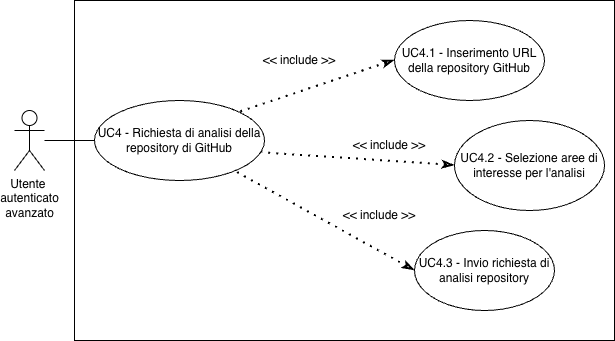
This is assets/diagrams/UC4.png from SkarabGroup/DocumentazioneProgetto, a draw.io export, as it was before one commit. Source tidied: cells renumbered, new cells last; positions are measured from the earlier drawing's top-left corner, leaving out a move shared by most shapes. The source it was exported from:
```xml
<mxGraphModel>
  <root>
    <mxCell id="0" />
    <mxCell id="1" parent="0" />
    <mxCell id="2" style="rounded=0;whiteSpace=wrap;html=1;" parent="1" vertex="1">
      <mxGeometry x="60" width="540" height="340" as="geometry" />
    </mxCell>
    <mxCell id="3" value="Utente&amp;nbsp;&lt;div&gt;autenticato&lt;/div&gt;&lt;div&gt;avanzato&lt;/div&gt;" style="shape=umlActor;verticalLabelPosition=bottom;verticalAlign=top;html=1;outlineConnect=0;" parent="1" vertex="1">
      <mxGeometry y="110" width="30" height="60" as="geometry" />
    </mxCell>
    <mxCell id="4" value="UC4 - Richiesta di analisi della repository di GitHub" style="ellipse;whiteSpace=wrap;html=1;" parent="1" vertex="1">
      <mxGeometry x="80" y="100" width="170" height="80" as="geometry" />
    </mxCell>
    <mxCell id="5" value="UC4.1 - Inserimento URL della repository GitHub" style="ellipse;whiteSpace=wrap;html=1;" parent="1" vertex="1">
      <mxGeometry x="380" y="20" width="150" height="80" as="geometry" />
    </mxCell>
    <mxCell id="6" style="endArrow=none;dashed=1;html=1;dashPattern=1 3;strokeWidth=2;rounded=0;entryX=1;entryY=0;entryDx=0;entryDy=0;exitX=0;exitY=0.5;exitDx=0;exitDy=0;endFill=0;startArrow=classicThin;startFill=0;" parent="1" edge="1" source="5" target="4">
      <mxGeometry relative="1" as="geometry" />
    </mxCell>
    <mxCell id="7" style="endArrow=none;html=1;rounded=0;entryX=0;entryY=0.5;entryDx=0;entryDy=0;" parent="1" edge="1" source="3" target="4">
      <mxGeometry relative="1" as="geometry" />
    </mxCell>
    <mxCell id="8" value="&amp;lt;&amp;lt; include &amp;gt;&amp;gt;" style="text;html=1;whiteSpace=wrap;strokeColor=none;fillColor=none;align=center;verticalAlign=middle;rounded=0;" parent="1" vertex="1">
      <mxGeometry x="240" y="45" width="90" height="30" as="geometry" />
    </mxCell>
    <mxCell id="9" value="UC4.2 - Selezione aree di interesse per l'analisi" style="ellipse;whiteSpace=wrap;html=1;" parent="1" vertex="1">
      <mxGeometry x="440" y="120" width="150" height="90" as="geometry" />
    </mxCell>
    <mxCell id="10" style="endArrow=none;dashed=1;html=1;dashPattern=1 3;strokeWidth=2;rounded=0;entryX=0.985;entryY=0.654;entryDx=0;entryDy=0;exitX=0;exitY=0.5;exitDx=0;exitDy=0;endFill=0;startArrow=classicThin;startFill=0;entryPerimeter=0;" parent="1" edge="1" source="9" target="4">
      <mxGeometry relative="1" as="geometry" />
    </mxCell>
    <mxCell id="11" value="&amp;lt;&amp;lt; include &amp;gt;&amp;gt;" style="text;html=1;whiteSpace=wrap;strokeColor=none;fillColor=none;align=center;verticalAlign=middle;rounded=0;" parent="1" vertex="1">
      <mxGeometry x="330" y="130" width="90" height="30" as="geometry" />
    </mxCell>
    <mxCell id="12" value="UC4.3 - Invio richiesta di analisi repository" style="ellipse;whiteSpace=wrap;html=1;" parent="1" vertex="1">
      <mxGeometry x="400" y="230" width="140" height="80" as="geometry" />
    </mxCell>
    <mxCell id="13" style="endArrow=none;dashed=1;html=1;dashPattern=1 3;strokeWidth=2;rounded=0;exitX=0;exitY=0.5;exitDx=0;exitDy=0;endFill=0;startArrow=classicThin;startFill=0;" parent="1" edge="1" source="12" target="4">
      <mxGeometry relative="1" as="geometry" />
    </mxCell>
    <mxCell id="14" value="&amp;lt;&amp;lt; include &amp;gt;&amp;gt;" style="text;html=1;whiteSpace=wrap;strokeColor=none;fillColor=none;align=center;verticalAlign=middle;rounded=0;" parent="1" vertex="1">
      <mxGeometry x="320" y="200" width="90" height="30" as="geometry" />
    </mxCell>
  </root>
</mxGraphModel>
```
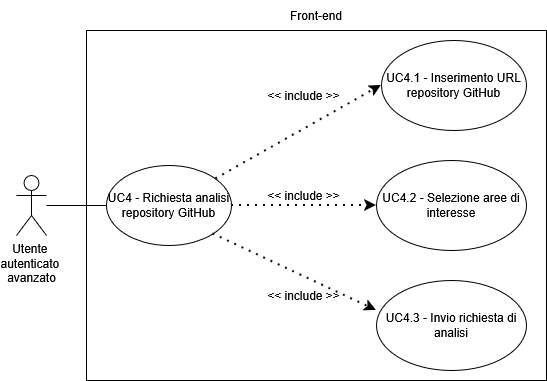
The same diagram one commit later.

The edit, as a diff of the source:
```diff
@@ -2,44 +2,47 @@
   <root>
     <mxCell id="0" />
     <mxCell id="1" parent="0" />
-    <mxCell id="2" style="rounded=0;whiteSpace=wrap;html=1;" parent="1" vertex="1">
-      <mxGeometry x="60" width="540" height="340" as="geometry" />
-    </mxCell>
-    <mxCell id="3" value="Utente&amp;nbsp;&lt;div&gt;autenticato&lt;/div&gt;&lt;div&gt;avanzato&lt;/div&gt;" style="shape=umlActor;verticalLabelPosition=bottom;verticalAlign=top;html=1;outlineConnect=0;" parent="1" vertex="1">
+    <mxCell id="3" value="&lt;div&gt;Utente&amp;nbsp;&lt;/div&gt;&lt;div&gt;autenticato&amp;nbsp;&lt;/div&gt;&lt;div&gt;avanzato&lt;/div&gt;" style="shape=umlActor;verticalLabelPosition=bottom;verticalAlign=top;html=1;outlineConnect=0;" parent="1" vertex="1">
       <mxGeometry y="110" width="30" height="60" as="geometry" />
     </mxCell>
-    <mxCell id="4" value="UC4 - Richiesta di analisi della repository di GitHub" style="ellipse;whiteSpace=wrap;html=1;" parent="1" vertex="1">
-      <mxGeometry x="80" y="100" width="170" height="80" as="geometry" />
-    </mxCell>
-    <mxCell id="5" value="UC4.1 - Inserimento URL della repository GitHub" style="ellipse;whiteSpace=wrap;html=1;" parent="1" vertex="1">
-      <mxGeometry x="380" y="20" width="150" height="80" as="geometry" />
-    </mxCell>
-    <mxCell id="6" style="endArrow=none;dashed=1;html=1;dashPattern=1 3;strokeWidth=2;rounded=0;entryX=1;entryY=0;entryDx=0;entryDy=0;exitX=0;exitY=0.5;exitDx=0;exitDy=0;endFill=0;startArrow=classicThin;startFill=0;" parent="1" edge="1" source="5" target="4">
-      <mxGeometry relative="1" as="geometry" />
-    </mxCell>
-    <mxCell id="7" style="endArrow=none;html=1;rounded=0;entryX=0;entryY=0.5;entryDx=0;entryDy=0;" parent="1" edge="1" source="3" target="4">
-      <mxGeometry relative="1" as="geometry" />
-    </mxCell>
-    <mxCell id="8" value="&amp;lt;&amp;lt; include &amp;gt;&amp;gt;" style="text;html=1;whiteSpace=wrap;strokeColor=none;fillColor=none;align=center;verticalAlign=middle;rounded=0;" parent="1" vertex="1">
-      <mxGeometry x="240" y="45" width="90" height="30" as="geometry" />
-    </mxCell>
-    <mxCell id="9" value="UC4.2 - Selezione aree di interesse per l'analisi" style="ellipse;whiteSpace=wrap;html=1;" parent="1" vertex="1">
-      <mxGeometry x="440" y="120" width="150" height="90" as="geometry" />
-    </mxCell>
-    <mxCell id="10" style="endArrow=none;dashed=1;html=1;dashPattern=1 3;strokeWidth=2;rounded=0;entryX=0.985;entryY=0.654;entryDx=0;entryDy=0;exitX=0;exitY=0.5;exitDx=0;exitDy=0;endFill=0;startArrow=classicThin;startFill=0;entryPerimeter=0;" parent="1" edge="1" source="9" target="4">
-      <mxGeometry relative="1" as="geometry" />
-    </mxCell>
-    <mxCell id="11" value="&amp;lt;&amp;lt; include &amp;gt;&amp;gt;" style="text;html=1;whiteSpace=wrap;strokeColor=none;fillColor=none;align=center;verticalAlign=middle;rounded=0;" parent="1" vertex="1">
-      <mxGeometry x="330" y="130" width="90" height="30" as="geometry" />
-    </mxCell>
-    <mxCell id="12" value="UC4.3 - Invio richiesta di analisi repository" style="ellipse;whiteSpace=wrap;html=1;" parent="1" vertex="1">
-      <mxGeometry x="400" y="230" width="140" height="80" as="geometry" />
-    </mxCell>
-    <mxCell id="13" style="endArrow=none;dashed=1;html=1;dashPattern=1 3;strokeWidth=2;rounded=0;exitX=0;exitY=0.5;exitDx=0;exitDy=0;endFill=0;startArrow=classicThin;startFill=0;" parent="1" edge="1" source="12" target="4">
-      <mxGeometry relative="1" as="geometry" />
-    </mxCell>
-    <mxCell id="14" value="&amp;lt;&amp;lt; include &amp;gt;&amp;gt;" style="text;html=1;whiteSpace=wrap;strokeColor=none;fillColor=none;align=center;verticalAlign=middle;rounded=0;" parent="1" vertex="1">
-      <mxGeometry x="320" y="200" width="90" height="30" as="geometry" />
-    </mxCell>
+    <mxCell id="15" style="swimlane;startSize=0;" parent="1" vertex="1">
+      <mxGeometry x="70" y="-35" width="460" height="350" as="geometry" />
+    </mxCell>
+    <mxCell id="16" value="UC4 - Richiesta analisi repository GitHub" style="ellipse;whiteSpace=wrap;html=1;" parent="15" vertex="1">
+      <mxGeometry x="20" y="135" width="125" height="80" as="geometry" />
+    </mxCell>
+    <mxCell id="17" value="UC4.1 - Inserimento URL repository GitHub" style="ellipse;whiteSpace=wrap;html=1;" parent="15" vertex="1">
+      <mxGeometry x="295" y="10" width="145" height="90" as="geometry" />
+    </mxCell>
+    <mxCell id="18" style="endArrow=classic;dashed=1;html=1;dashPattern=1 3;strokeWidth=2;rounded=0;entryX=0;entryY=0.5;entryDx=0;entryDy=0;strokeColor=default;curved=0;endFill=1;endSize=6;" parent="15" edge="1" source="16" target="17">
+      <mxGeometry relative="1" as="geometry" />
+    </mxCell>
+    <mxCell id="19" value="&amp;lt;&amp;lt; include &amp;gt;&amp;gt;" style="text;html=1;whiteSpace=wrap;strokeColor=none;fillColor=none;align=center;verticalAlign=middle;rounded=0;" parent="15" vertex="1">
+      <mxGeometry x="170" y="150" width="95" height="30" as="geometry" />
+    </mxCell>
+    <mxCell id="20" value="UC4.2 - Selezione aree di interesse" style="ellipse;whiteSpace=wrap;html=1;" parent="15" vertex="1">
+      <mxGeometry x="290" y="130" width="150" height="90" as="geometry" />
+    </mxCell>
+    <mxCell id="21" style="endArrow=classic;dashed=1;html=1;dashPattern=1 3;strokeWidth=2;rounded=0;entryX=0;entryY=0.5;entryDx=0;entryDy=0;exitX=1;exitY=0.5;exitDx=0;exitDy=0;strokeColor=default;curved=0;endFill=1;endSize=6;" parent="15" edge="1" source="16" target="20">
+      <mxGeometry relative="1" as="geometry" />
+    </mxCell>
+    <mxCell id="22" value="&amp;lt;&amp;lt; include &amp;gt;&amp;gt;" style="text;html=1;whiteSpace=wrap;strokeColor=none;fillColor=none;align=center;verticalAlign=middle;rounded=0;" parent="15" vertex="1">
+      <mxGeometry x="170" y="250" width="95" height="30" as="geometry" />
+    </mxCell>
+    <mxCell id="23" value="UC4.3 - Invio richiesta di analisi" style="ellipse;whiteSpace=wrap;html=1;" parent="15" vertex="1">
+      <mxGeometry x="290" y="250" width="150" height="90" as="geometry" />
+    </mxCell>
+    <mxCell id="24" style="endArrow=classic;dashed=1;html=1;dashPattern=1 3;strokeWidth=2;rounded=0;entryX=0;entryY=0.333;entryDx=0;entryDy=0;exitX=1;exitY=1;exitDx=0;exitDy=0;strokeColor=default;curved=0;endFill=1;endSize=6;entryPerimeter=0;" parent="15" edge="1" source="16" target="23">
+      <mxGeometry relative="1" as="geometry" />
+    </mxCell>
+    <mxCell id="25" value="&amp;lt;&amp;lt; include &amp;gt;&amp;gt;" style="text;html=1;whiteSpace=wrap;strokeColor=none;fillColor=none;align=center;verticalAlign=middle;rounded=0;" parent="15" vertex="1">
+      <mxGeometry x="170" y="50" width="95" height="30" as="geometry" />
+    </mxCell>
+    <mxCell id="26" style="endArrow=none;html=1;rounded=0;entryX=0;entryY=0.5;entryDx=0;entryDy=0;" parent="1" edge="1" source="3" target="16">
+      <mxGeometry relative="1" as="geometry" />
+    </mxCell>
+    <mxCell id="27" value="Front-end" style="text;html=1;whiteSpace=wrap;strokeColor=none;fillColor=none;align=center;verticalAlign=middle;rounded=0;" parent="1" vertex="1">
+      <mxGeometry x="260" y="-65" width="80" height="30" as="geometry" />
+    </mxCell>
   </root>
 </mxGraphModel>
```
